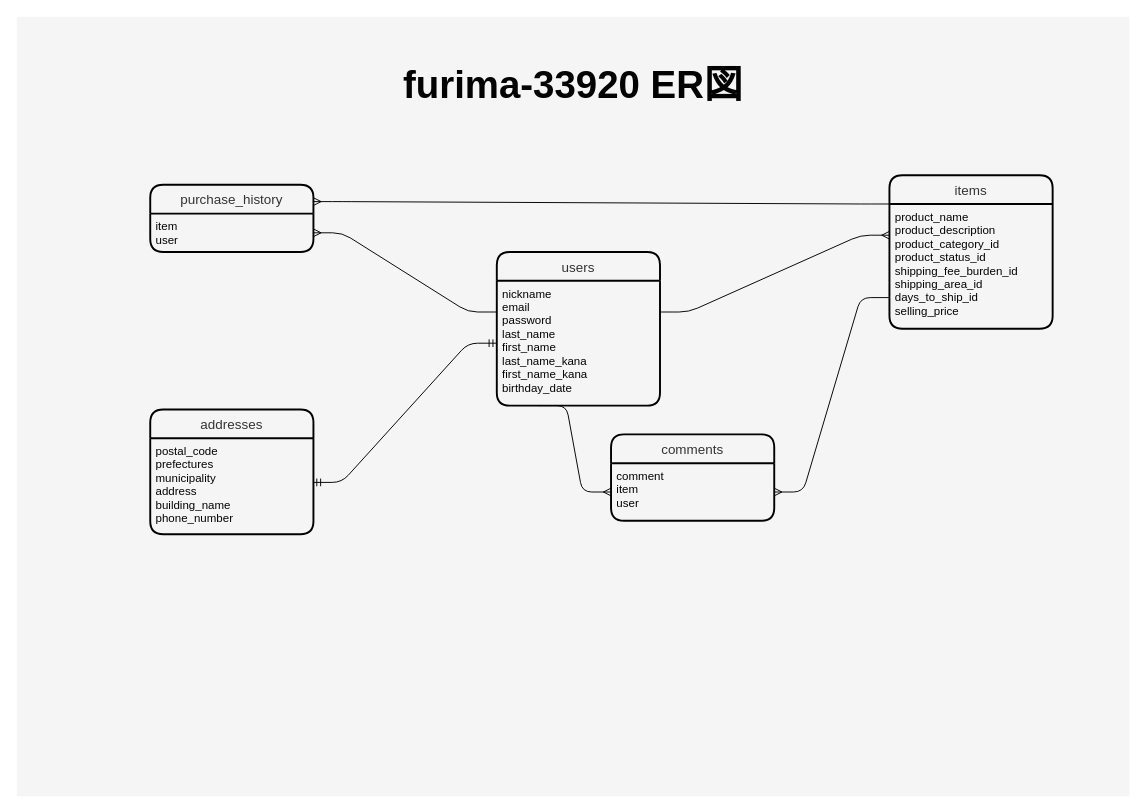
The draw.io diagram furima-33920.dio in HasuikeTadakatsu/furima-33920, before the edit. Source tidied: cells renumbered, new cells numbered last; positions are measured from the earlier drawing's top-left corner, leaving out a move shared by most shapes. Both pictures are drawn from the tidied source at 96%, with x=0, y=0 at pixel (16, 16).
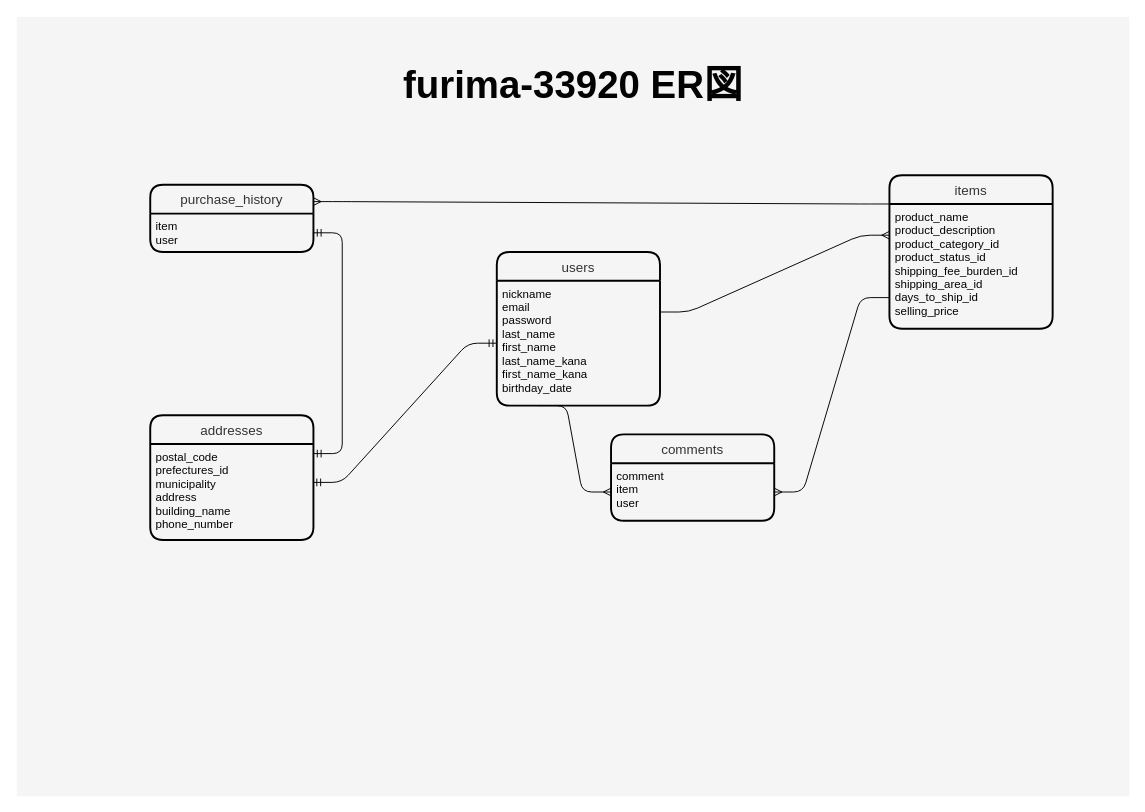
The same page after the edit.

Commit message (it also covers changes not shown here):
データベース設計(3回目)

Unchanged cells that the change refers to:
```xml
<mxCell id="9" value="item&#10;user" style="align=left;strokeColor=none;fillColor=none;spacingLeft=4;fontSize=12;verticalAlign=top;fontColor=#030303;" parent="8" vertex="1">
  <mxGeometry y="30" width="170" height="40" as="geometry" />
</mxCell>
<mxCell id="13" value="nickname&#10;email&#10;password&#10;last_name&#10;first_name&#10;last_name_kana&#10;first_name_kana&#10;birthday_date" style="align=left;strokeColor=none;fillColor=none;spacingLeft=4;fontSize=12;verticalAlign=top;fontColor=#030303;" parent="12" vertex="1">
  <mxGeometry y="30" width="170" height="130" as="geometry" />
</mxCell>
```

Diff of the diagram source:
```diff
@@
     <mxCell id="10" value="addresses" style="swimlane;horizontal=1;startSize=30;rounded=1;fontSize=14;fontStyle=0;strokeWidth=2;shadow=0;dashed=0;align=center;labelBackgroundColor=none;fillColor=#f5f5f5;fontColor=#333333;strokeColor=#000000;" parent="1" vertex="1">
-      <mxGeometry x="139" y="409" width="170" height="130" as="geometry" />
+      <mxGeometry x="139" y="415" width="170" height="130" as="geometry" />
     </mxCell>
-    <mxCell id="11" value="postal_code&#10;prefectures&#10;municipality&#10;address&#10;building_name&#10;phone_number" style="align=left;strokeColor=none;fillColor=none;spacingLeft=4;fontSize=12;verticalAlign=top;fontColor=#030303;" parent="10" vertex="1">
+    <mxCell id="11" value="postal_code&#10;prefectures_id&#10;municipality&#10;address&#10;building_name&#10;phone_number" style="align=left;strokeColor=none;fillColor=none;spacingLeft=4;fontSize=12;verticalAlign=top;fontColor=#030303;" parent="10" vertex="1">
       <mxGeometry y="30" width="170" height="100" as="geometry" />
     </mxCell>
@@
-    <mxCell id="18" style="edgeStyle=entityRelationEdgeStyle;fontSize=12;html=1;endArrow=ERmany;strokeColor=#000000;exitX=0;exitY=0.25;exitDx=0;exitDy=0;entryX=1;entryY=0.5;entryDx=0;entryDy=0;" parent="1" edge="1" source="13" target="9">
-      <mxGeometry relative="1" as="geometry" />
-    </mxCell>
@@
+    <mxCell id="20" style="edgeStyle=entityRelationEdgeStyle;fontSize=12;html=1;endArrow=ERmandOne;startArrow=ERmandOne;strokeColor=#000000;entryX=1;entryY=0.5;entryDx=0;entryDy=0;" parent="1" edge="1" target="9">
+      <mxGeometry relative="1" as="geometry">
+        <mxPoint x="309" y="455" as="sourcePoint" />
+      </mxGeometry>
+    </mxCell>
```
